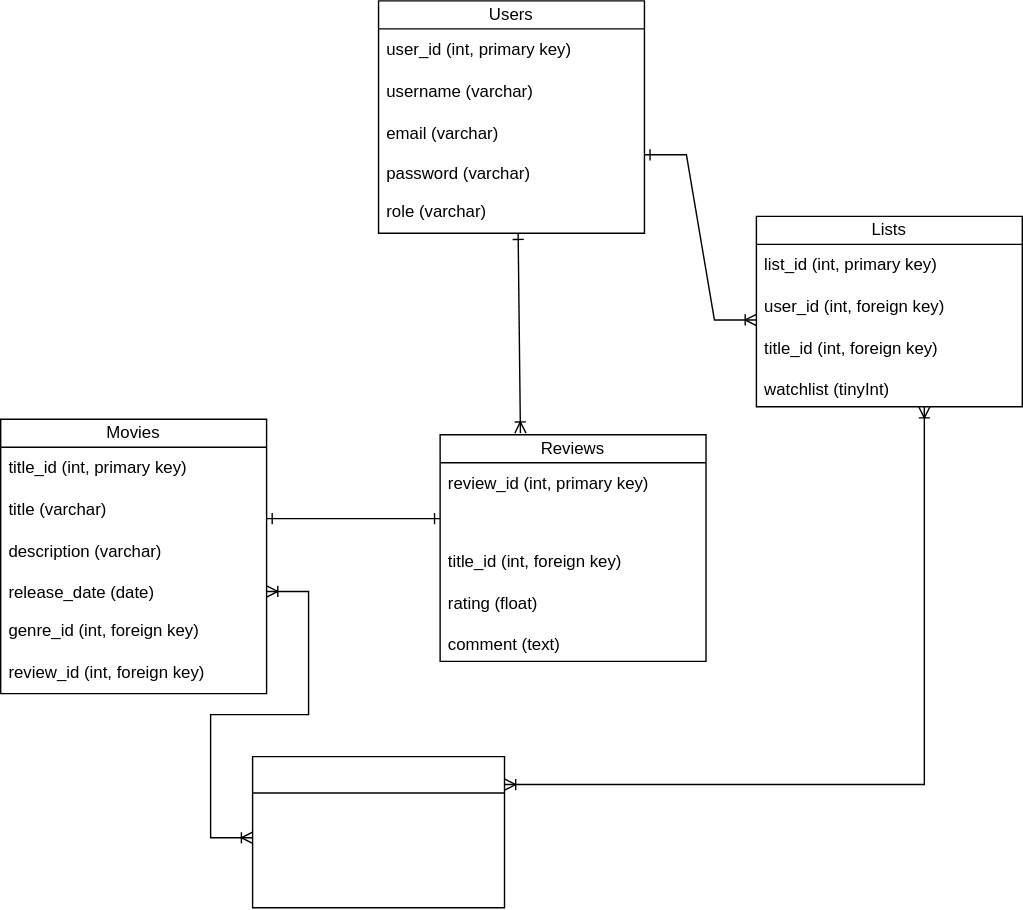
Before: ERD.drawio.svg, a diagram exported from draw.io (chas-academy/u05-imdb-klon-u05-imdb-klon-grupp1). Source tidied: cells renumbered, new cells last; positions are measured from the earlier drawing's top-left corner, leaving out a move shared by most shapes.
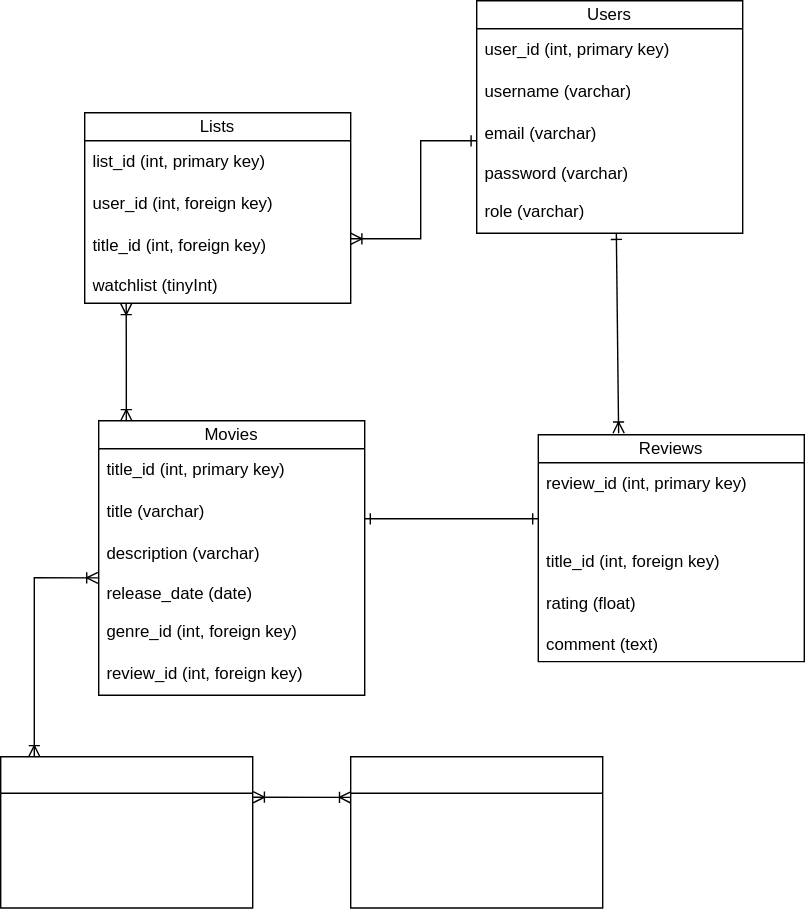
After the commit.

Commit message:
Made ERD changes. Added moviesgenres.

What changed in the source:
```diff
@@ -21,7 +21,7 @@
       <mxGeometry y="136" width="190" height="30" as="geometry" />
     </mxCell>
     <mxCell id="8" value="Movies" style="swimlane;fontStyle=0;horizontal=1;startSize=20;whiteSpace=wrap;html=1;" parent="1" vertex="1">
-      <mxGeometry y="299" width="190" height="196" as="geometry" />
+      <mxGeometry y="300" width="190" height="196" as="geometry" />
     </mxCell>
     <mxCell id="9" value="title_id (int, primary key)" style="text;strokeColor=none;fillColor=none;align=left;verticalAlign=middle;spacingLeft=4;spacingRight=4;overflow=hidden;whiteSpace=wrap;html=1;" parent="8" vertex="1">
       <mxGeometry y="20" width="190" height="30" as="geometry" />
@@ -72,7 +72,7 @@
       <mxGeometry y="78" width="180" height="30" as="geometry" />
     </mxCell>
     <mxCell id="25" value="Lists" style="swimlane;fontStyle=0;horizontal=1;startSize=20;whiteSpace=wrap;html=1;" parent="1" vertex="1">
-      <mxGeometry x="540" y="154" width="190" height="136" as="geometry" />
+      <mxGeometry x="-10" y="80" width="190" height="136" as="geometry" />
     </mxCell>
     <mxCell id="26" value="list_id (int, primary key)" style="text;strokeColor=none;fillColor=none;align=left;verticalAlign=middle;spacingLeft=4;spacingRight=4;overflow=hidden;whiteSpace=wrap;html=1;" parent="25" vertex="1">
       <mxGeometry y="20" width="190" height="30" as="geometry" />
@@ -86,10 +86,14 @@
     <mxCell id="29" value="watchlist (tinyInt)" style="text;strokeColor=none;fillColor=none;align=left;verticalAlign=top;spacingLeft=4;spacingRight=4;overflow=hidden;points=[[0,0.5],[1,0.5]];portConstraint=eastwest;whiteSpace=wrap;html=1;" parent="25" vertex="1">
       <mxGeometry y="110" width="190" height="26" as="geometry" />
     </mxCell>
-    <mxCell id="30" style="edgeStyle=entityRelationEdgeStyle;fontSize=12;html=1;endArrow=ERoneToMany;rounded=0;startArrow=ERone;startFill=0;" parent="1" edge="1">
+    <mxCell id="30" style="fontSize=12;html=1;endArrow=ERoneToMany;rounded=0;startArrow=ERone;startFill=0;" parent="1" edge="1">
       <mxGeometry relative="1" as="geometry">
-        <mxPoint x="460" y="110" as="sourcePoint" />
-        <mxPoint x="540" y="228" as="targetPoint" />
+        <mxPoint x="270" y="100" as="sourcePoint" />
+        <mxPoint x="180" y="170" as="targetPoint" />
+        <Array as="points">
+          <mxPoint x="230" y="100" />
+          <mxPoint x="230" y="170" />
+        </Array>
       </mxGeometry>
     </mxCell>
     <mxCell id="31" style="fontSize=12;html=1;endArrow=ERoneToMany;rounded=0;startArrow=ERone;startFill=0;entryX=0.302;entryY=-0.007;entryDx=0;entryDy=0;entryPerimeter=0;exitX=0.525;exitY=1.016;exitDx=0;exitDy=0;exitPerimeter=0;" parent="1" edge="1" source="7" target="15">
@@ -101,19 +105,38 @@
         <mxPoint x="314" y="370" as="targetPoint" />
       </mxGeometry>
     </mxCell>
-    <mxCell id="33" style="edgeStyle=entityRelationEdgeStyle;fontSize=12;html=1;endArrow=ERoneToMany;rounded=0;startArrow=ERoneToMany;startFill=0;exitX=1;exitY=0.5;exitDx=0;exitDy=0;" parent="1" edge="1" source="12">
+    <mxCell id="33" style="fontSize=12;html=1;endArrow=ERoneToMany;rounded=0;startArrow=ERoneToMany;startFill=0;exitX=1.002;exitY=0.095;exitDx=0;exitDy=0;exitPerimeter=0;" parent="1" edge="1" source="36">
       <mxGeometry relative="1" as="geometry">
-        <mxPoint x="180" y="598" as="targetPoint" />
+        <mxPoint x="180" y="569" as="targetPoint" />
       </mxGeometry>
     </mxCell>
-    <mxCell id="34" style="edgeStyle=elbowEdgeStyle;fontSize=12;html=1;endArrow=ERoneToMany;rounded=0;startArrow=ERoneToMany;startFill=0;elbow=vertical;" parent="1" edge="1">
+    <mxCell id="34" style="fontSize=12;html=1;endArrow=ERoneToMany;rounded=0;startArrow=ERoneToMany;startFill=0;elbow=vertical;exitX=0.156;exitY=1.006;exitDx=0;exitDy=0;exitPerimeter=0;" parent="1" edge="1" source="29">
       <mxGeometry relative="1" as="geometry">
-        <mxPoint x="660" y="290" as="sourcePoint" />
-        <mxPoint x="360" y="560" as="targetPoint" />
+        <mxPoint x="19.7" y="300" as="targetPoint" />
         <Array as="points">
-          <mxPoint x="600" y="560" />
+          <mxPoint x="19.7" y="260" />
         </Array>
       </mxGeometry>
     </mxCell>
+    <mxCell id="35" value="MoviesGenres" style="swimlane;fontStyle=0;horizontal=1;startSize=26;fillColor=none;html=1;fontColor=#FFFFFF;" parent="1" vertex="1">
+      <mxGeometry x="-70" y="540" width="180" height="108" as="geometry" />
+    </mxCell>
+    <mxCell id="36" value="moviesgenres_id (int, primary key)" style="text;strokeColor=none;fillColor=none;align=left;verticalAlign=middle;spacingLeft=4;spacingRight=4;overflow=hidden;points=[[0,0.5],[1,0.5]];portConstraint=eastwest;whiteSpace=wrap;html=1;fontColor=#FFFFFF;" parent="35" vertex="1">
+      <mxGeometry y="26" width="180" height="30" as="geometry" />
+    </mxCell>
+    <mxCell id="37" value="title_id (int, foreign key)" style="text;strokeColor=none;fillColor=none;align=left;verticalAlign=top;spacingLeft=4;spacingRight=4;overflow=hidden;whiteSpace=wrap;html=1;fontColor=#FFFFFF;" parent="35" vertex="1">
+      <mxGeometry y="56" width="180" height="26" as="geometry" />
+    </mxCell>
+    <mxCell id="38" value="genre_id (int, foreign key)" style="text;strokeColor=none;fillColor=none;align=left;verticalAlign=top;spacingLeft=4;spacingRight=4;overflow=hidden;whiteSpace=wrap;html=1;fontColor=#FFFFFF;" parent="35" vertex="1">
+      <mxGeometry y="82" width="180" height="26" as="geometry" />
+    </mxCell>
+    <mxCell id="39" style="fontSize=12;html=1;endArrow=ERoneToMany;rounded=0;startArrow=ERoneToMany;startFill=0;exitX=-0.003;exitY=0.085;exitDx=0;exitDy=0;exitPerimeter=0;" parent="1" edge="1" source="12">
+      <mxGeometry relative="1" as="geometry">
+        <mxPoint x="-46" y="540" as="targetPoint" />
+        <Array as="points">
+          <mxPoint x="-46" y="412" />
+        </Array>
+      </mxGeometry>
+    </mxCell>
   </root>
 </mxGraphModel>
```
